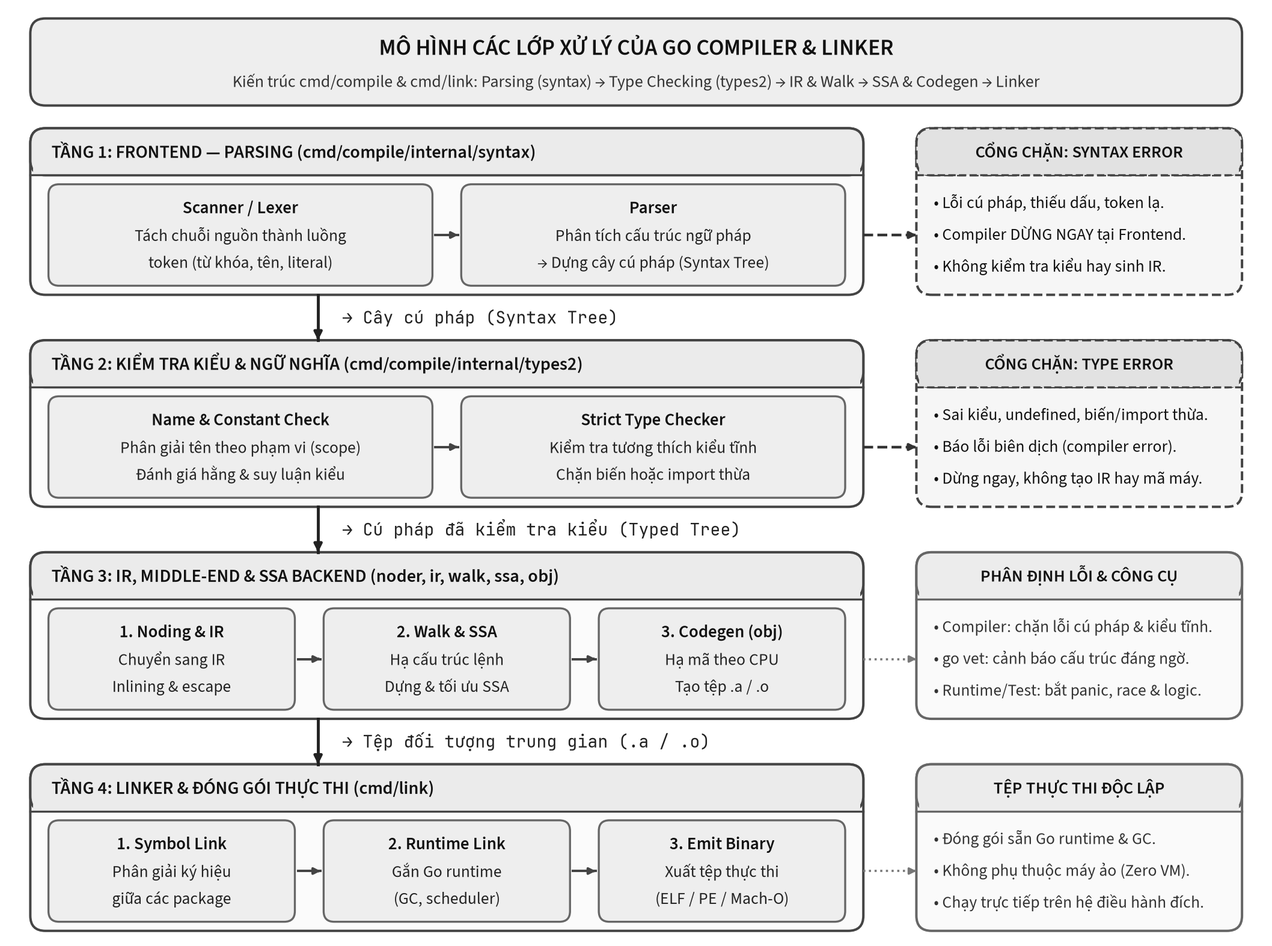
Earlier version of the PlantUML export assets/diagrams/compiler-doc-go.png (Minhlike/Golang). Its source is kept beside it as assets/diagrams/compiler-doc-go.puml.
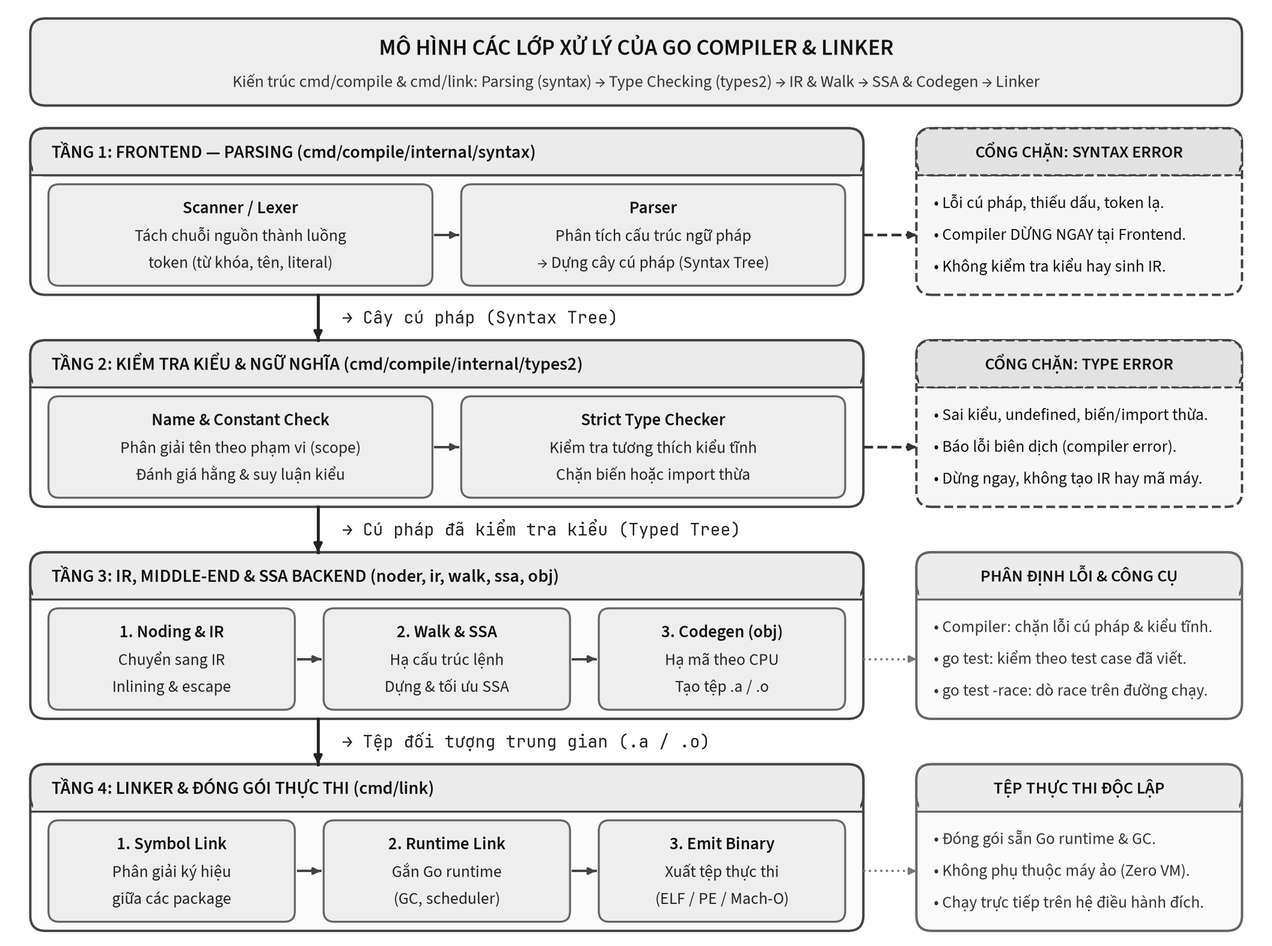
The same file after the commit.

Commit message:
fix(diagrams): refine semantic statements in Fig 2 and Fig 5 and add contract tests

Diff of the diagram source:
```diff
@@ -13,7 +13,7 @@
 rectangle "TẦNG 2: KIỂM TRA KIỂU & NGỮ NGHĨA (cmd/compile/internal/types2)\n---\n• Name & Constant Check: Phân giải tên theo phạm vi (scope), Đánh giá hằng & suy luận kiểu\n• Strict Type Checker: Kiểm tra tương thích kiểu tĩnh, Chặn biến hoặc import thừa" as layer2
 rectangle "CỔNG CHẶN: TYPE ERROR\n---\n• Sai kiểu, undefined, biến/import thừa.\n• Báo lỗi biên dịch (compiler error).\n• Dừng ngay, không tạo IR hay mã máy." as side2
 rectangle "TẦNG 3: IR, MIDDLE-END & SSA BACKEND (noder, ir, walk, ssa, obj)\n---\n• 1. Noding & IR: Chuyển sang IR, Inlining & escape\n• 2. Walk & SSA: Hạ cấu trúc lệnh, Dựng & tối ưu SSA\n• 3. Codegen (obj): Hạ mã theo CPU, Tạo tệp .a / .o" as layer3
-rectangle "PHÂN ĐỊNH LỖI & CÔNG CỤ\n---\n• Compiler: chặn lỗi cú pháp & kiểu tĩnh.\n• go vet: cảnh báo cấu trúc đáng ngờ.\n• Runtime/Test: bắt panic, race & logic." as side3
+rectangle "PHÂN ĐỊNH LỖI & CÔNG CỤ\n---\n• Compiler: chặn lỗi cú pháp & kiểu tĩnh.\n• go test: kiểm theo test case đã viết.\n• go test -race: dò race trên đường chạy." as side3
 rectangle "TẦNG 4: LINKER & ĐÓNG GÓI THỰC THI (cmd/link)\n---\n• 1. Symbol Link: Phân giải ký hiệu, giữa các package\n• 2. Runtime Link: Gắn Go runtime, (GC, scheduler)\n• 3. Emit Binary: Xuất tệp thực thi, (ELF / PE / Mach-O)" as layer4
 rectangle "TỆP THỰC THI ĐỘC LẬP\n---\n• Đóng gói sẵn Go runtime & GC.\n• Không phụ thuộc máy ảo (Zero VM).\n• Chạy trực tiếp trên hệ điều hành đích." as side4
 
```
